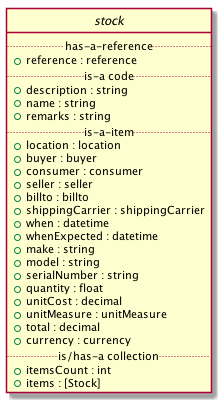
Above: images/stock-class-diagram.puml.png in EciStg/order-placement (PlantUML), before the change. Source of this version:
```plantuml
@startuml
hide circle

interface stock {
.. has-a-reference ..
{field} + reference : reference
.. is-a code ..
{field} + description : string
{field} + name : string
{field} + remarks : string
.. is-a-item ..
{field} + location : location
{field} + buyer : buyer
{field} + consumer : consumer
{field} + seller : seller
{field} + billto : billto
{field} + shippingCarrier : shippingCarrier
{field} + when : datetime
{field} + whenExpected : datetime
{field} + make : string
{field} + model : string
{field} + serialNumber : string
{field} + quantity : float
{field} + unitCost : decimal
{field} + unitMeasure : unitMeasure
{field} + total : decimal
{field} + currency : currency
.. is/has-a collection ..
{field} + itemsCount : int
{field} + items : [Stock]
}
@enduml
```
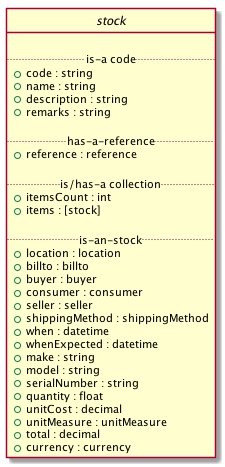
The same diagram one commit later.

Change to the diagram source:
```diff
@@ -2,19 +2,27 @@
 hide circle
 
 interface stock {
+
+.. is-a code ..
+{field} + code : string
+{field} + name : string
+{field} + description : string
+{field} + remarks : string
+
 .. has-a-reference ..
 {field} + reference : reference
-.. is-a code ..
-{field} + description : string
-{field} + name : string
-{field} + remarks : string
-.. is-a-item ..
+
+.. is/has-a collection ..
+{field} + itemsCount : int
+{field} + items : [stock]
+
+.. is-an-stock ..
 {field} + location : location
+{field} + billto : billto
 {field} + buyer : buyer
 {field} + consumer : consumer
 {field} + seller : seller
-{field} + billto : billto
-{field} + shippingCarrier : shippingCarrier
+{field} + shippingMethod : shippingMethod
 {field} + when : datetime
 {field} + whenExpected : datetime
 {field} + make : string
@@ -25,8 +33,5 @@
 {field} + unitMeasure : unitMeasure
 {field} + total : decimal
 {field} + currency : currency
-.. is/has-a collection ..
-{field} + itemsCount : int
-{field} + items : [Stock]
 }
 @enduml
```
